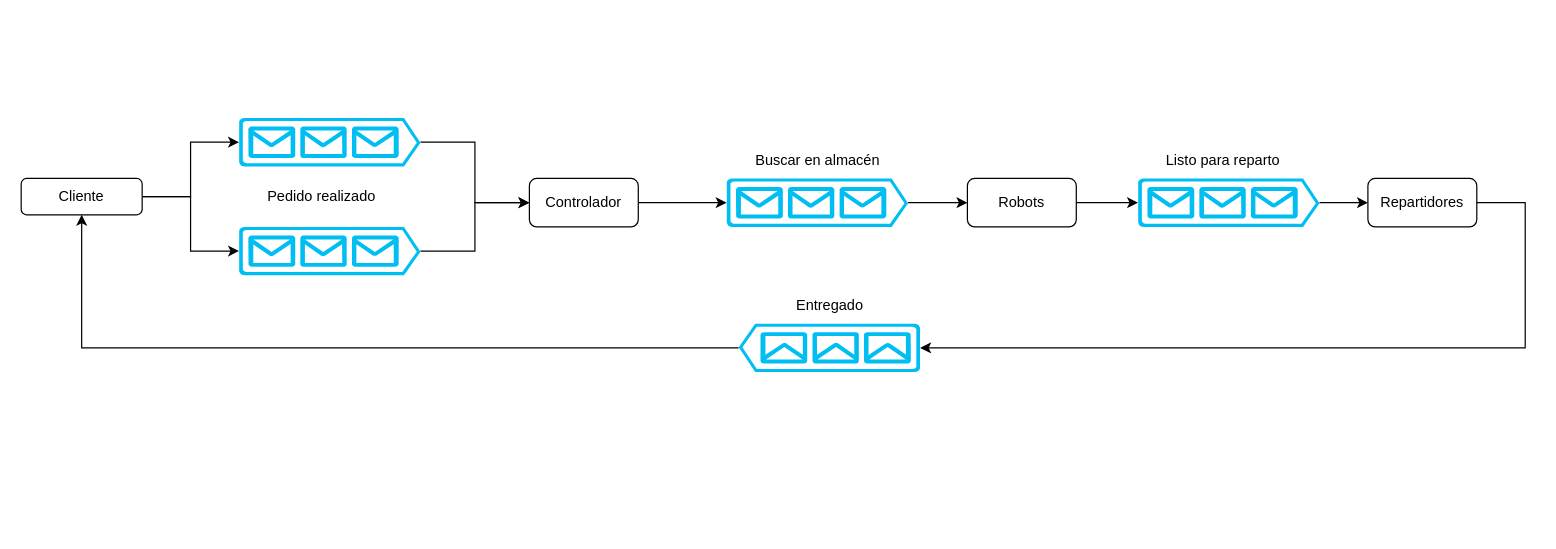
Earlier version of the draw.io diagram esquema.drawio (PabloSanchez2002/REDES2_P2). Source tidied: cells renumbered, new cells numbered last; positions are measured from the earlier drawing's top-left corner, leaving out a move shared by most shapes. Both pictures are drawn from the tidied source at 121%, with x=0, y=0 at pixel (21, 117).
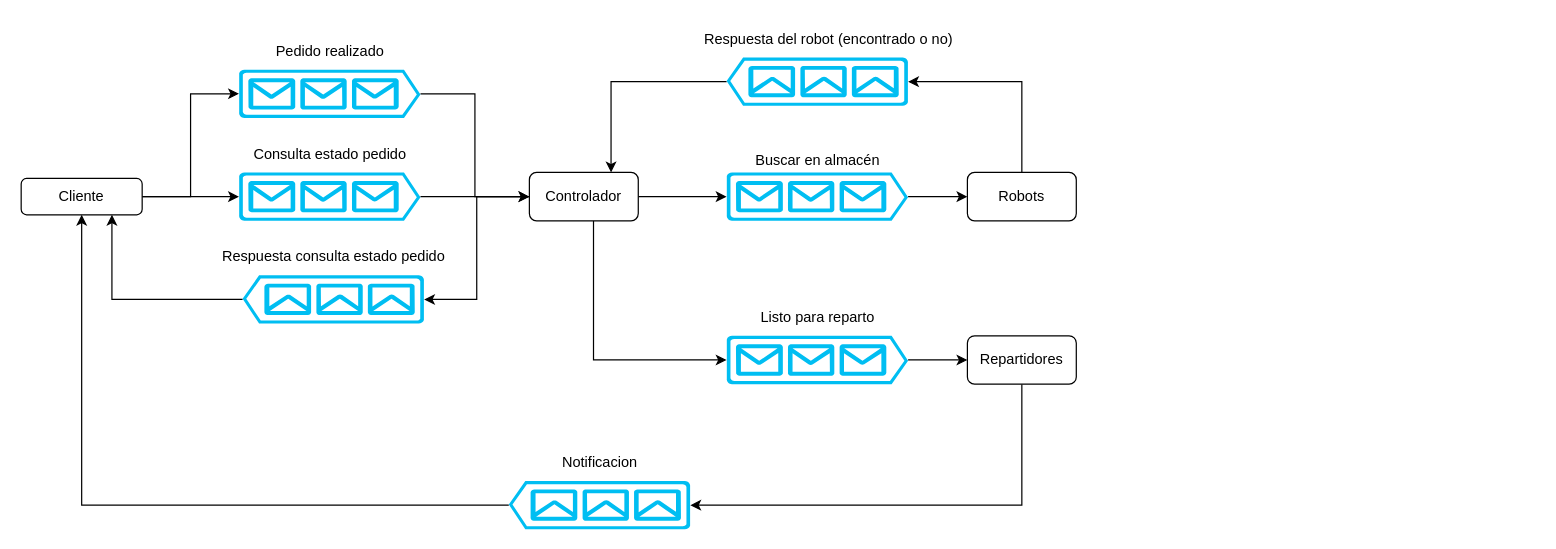
After the change.

The change refers to these unchanged cells:
```xml
<mxCell id="4" value="Cliente" style="rounded=1;whiteSpace=wrap;html=1;fontSize=12;glass=0;strokeWidth=1;shadow=0;" parent="1" vertex="1">
  <mxGeometry y="50" width="100" height="30" as="geometry" />
</mxCell>
```

Change to the diagram source:
```diff
@@
     <mxCell id="6" style="verticalLabelPosition=bottom;html=1;verticalAlign=top;align=center;strokeColor=none;fillColor=#00BEF2;shape=mxgraph.azure.queue_generic;" parent="1" vertex="1">
-      <mxGeometry x="180" y="90" width="150" height="40" as="geometry" />
+      <mxGeometry x="180" y="45" width="150" height="40" as="geometry" />
     </mxCell>
@@
     <mxCell id="8" style="verticalLabelPosition=bottom;html=1;verticalAlign=top;align=center;strokeColor=none;fillColor=#00BEF2;shape=mxgraph.azure.queue_generic;" parent="1" vertex="1">
-      <mxGeometry x="180" width="150" height="40" as="geometry" />
+      <mxGeometry x="180" y="-40" width="150" height="40" as="geometry" />
     </mxCell>
@@
+    <mxCell id="25" style="edgeStyle=orthogonalEdgeStyle;rounded=0;jettySize=auto;html=1;entryX=0;entryY=0.5;entryDx=0;entryDy=0;entryPerimeter=0;" parent="1" edge="1" source="10" target="12">
+      <mxGeometry relative="1" as="geometry">
+        <Array as="points">
+          <mxPoint x="473" y="200" />
+        </Array>
+      </mxGeometry>
+    </mxCell>
+    <mxCell id="26" style="edgeStyle=orthogonalEdgeStyle;rounded=0;jettySize=auto;html=1;entryX=0;entryY=0.5;entryDx=0;entryDy=0;entryPerimeter=0;" parent="1" edge="1" source="10" target="33">
+      <mxGeometry relative="1" as="geometry" />
+    </mxCell>
     <mxCell id="10" value="&lt;span id=&quot;yui_3_17_2_1_1678975793827_49&quot;&gt;Controlador&lt;/span&gt;&lt;span&gt;&lt;/span&gt;" style="rounded=1;whiteSpace=wrap;html=1;" parent="1" vertex="1">
-      <mxGeometry x="420" y="50" width="90" height="40" as="geometry" />
+      <mxGeometry x="420" y="45" width="90" height="40" as="geometry" />
     </mxCell>
@@
     <mxCell id="12" style="verticalLabelPosition=bottom;html=1;verticalAlign=top;align=center;strokeColor=none;fillColor=#00BEF2;shape=mxgraph.azure.queue_generic;" parent="1" vertex="1">
-      <mxGeometry x="923" y="50" width="150" height="40" as="geometry" />
+      <mxGeometry x="583" y="180" width="150" height="40" as="geometry" />
     </mxCell>
     <mxCell id="13" style="edgeStyle=orthogonalEdgeStyle;rounded=0;jettySize=auto;html=1;entryX=0;entryY=0.5;entryDx=0;entryDy=0;entryPerimeter=0;" parent="1" edge="1" source="14" target="16">
       <mxGeometry relative="1" as="geometry">
         <Array as="points">
-          <mxPoint x="1243" y="70" />
-          <mxPoint x="1243" y="190" />
+          <mxPoint x="827" y="320" />
         </Array>
       </mxGeometry>
     </mxCell>
     <mxCell id="14" value="Repartidores" style="rounded=1;whiteSpace=wrap;html=1;" parent="1" vertex="1">
-      <mxGeometry x="1113" y="50" width="90" height="40" as="geometry" />
+      <mxGeometry x="782" y="180" width="90" height="40" as="geometry" />
     </mxCell>
@@
     <mxCell id="16" style="verticalLabelPosition=bottom;html=1;verticalAlign=top;align=center;strokeColor=none;fillColor=#00BEF2;shape=mxgraph.azure.queue_generic;direction=west;" parent="1" vertex="1">
-      <mxGeometry x="593" y="170" width="150" height="40" as="geometry" />
+      <mxGeometry x="403" y="300" width="150" height="40" as="geometry" />
     </mxCell>
@@
     <mxCell id="18" style="verticalLabelPosition=bottom;html=1;verticalAlign=top;align=center;strokeColor=none;fillColor=#00BEF2;shape=mxgraph.azure.queue_generic;" parent="1" vertex="1">
-      <mxGeometry x="583" y="50" width="150" height="40" as="geometry" />
+      <mxGeometry x="583" y="45" width="150" height="40" as="geometry" />
     </mxCell>
-    <mxCell id="19" style="edgeStyle=orthogonalEdgeStyle;rounded=0;jettySize=auto;html=1;entryX=0;entryY=0.5;entryDx=0;entryDy=0;entryPerimeter=0;" parent="1" edge="1" source="20" target="12">
-      <mxGeometry relative="1" as="geometry" />
-    </mxCell>
+    <mxCell id="27" style="edgeStyle=orthogonalEdgeStyle;rounded=0;jettySize=auto;html=1;entryX=0;entryY=0.5;entryDx=0;entryDy=0;entryPerimeter=0;" parent="1" edge="1" source="20" target="30">
+      <mxGeometry relative="1" as="geometry">
+        <Array as="points">
+          <mxPoint x="827" y="-30" />
+        </Array>
+      </mxGeometry>
+    </mxCell>
     <mxCell id="20" value="Robots" style="rounded=1;whiteSpace=wrap;html=1;" parent="1" vertex="1">
-      <mxGeometry x="782" y="50" width="90" height="40" as="geometry" />
+      <mxGeometry x="782" y="45" width="90" height="40" as="geometry" />
     </mxCell>
     <mxCell id="21" value="Pedido realizado" style="text;html=1;align=center;verticalAlign=middle;strokeColor=none;fillColor=none;" parent="1" vertex="1">
-      <mxGeometry x="193" y="50" width="110" height="30" as="geometry" />
+      <mxGeometry x="200" y="-70" width="110" height="30" as="geometry" />
     </mxCell>
@@
     <mxCell id="23" value="Listo para reparto" style="text;html=1;align=center;verticalAlign=middle;strokeColor=none;fillColor=none;" parent="1" vertex="1">
-      <mxGeometry x="933" y="20" width="120" height="30" as="geometry" />
+      <mxGeometry x="598" y="150" width="120" height="30" as="geometry" />
     </mxCell>
-    <mxCell id="24" value="Entregado" style="text;html=1;align=center;verticalAlign=middle;strokeColor=none;fillColor=none;" parent="1" vertex="1">
-      <mxGeometry x="628" y="140" width="80" height="30" as="geometry" />
+    <mxCell id="24" value="Notificacion" style="text;html=1;align=center;verticalAlign=middle;strokeColor=none;fillColor=none;" parent="1" vertex="1">
+      <mxGeometry x="433" y="270" width="90" height="30" as="geometry" />
     </mxCell>
+    <mxCell id="28" value="Consulta estado pedido" style="text;html=1;align=center;verticalAlign=middle;strokeColor=none;fillColor=none;" parent="1" vertex="1">
+      <mxGeometry x="180" y="15" width="150" height="30" as="geometry" />
+    </mxCell>
+    <mxCell id="29" style="edgeStyle=orthogonalEdgeStyle;rounded=0;jettySize=auto;html=1;entryX=0.75;entryY=0;entryDx=0;entryDy=0;" parent="1" edge="1" source="30" target="10">
+      <mxGeometry relative="1" as="geometry" />
+    </mxCell>
+    <mxCell id="30" style="verticalLabelPosition=bottom;html=1;verticalAlign=top;align=center;strokeColor=none;fillColor=#00BEF2;shape=mxgraph.azure.queue_generic;direction=west;" parent="1" vertex="1">
+      <mxGeometry x="583" y="-50" width="150" height="40" as="geometry" />
+    </mxCell>
+    <mxCell id="31" value="Respuesta del robot (encontrado o no)" style="text;html=1;align=center;verticalAlign=middle;strokeColor=none;fillColor=none;" parent="1" vertex="1">
+      <mxGeometry x="552" y="-80" width="230" height="30" as="geometry" />
+    </mxCell>
+    <mxCell id="32" style="edgeStyle=orthogonalEdgeStyle;rounded=0;jettySize=auto;html=1;entryX=0.75;entryY=1;entryDx=0;entryDy=0;" parent="1" edge="1" source="33" target="4">
+      <mxGeometry relative="1" as="geometry" />
+    </mxCell>
+    <mxCell id="33" style="verticalLabelPosition=bottom;html=1;verticalAlign=top;align=center;strokeColor=none;fillColor=#00BEF2;shape=mxgraph.azure.queue_generic;direction=west;" parent="1" vertex="1">
+      <mxGeometry x="183" y="130" width="150" height="40" as="geometry" />
+    </mxCell>
+    <mxCell id="34" value="Respuesta consulta estado pedido" style="text;html=1;align=center;verticalAlign=middle;strokeColor=none;fillColor=none;" parent="1" vertex="1">
+      <mxGeometry x="153" y="100" width="210" height="30" as="geometry" />
+    </mxCell>
```
